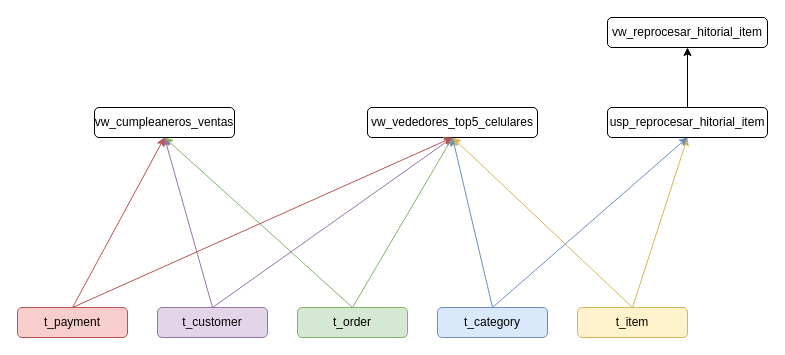
Before: MLibreCase.drawio in MelanieP20/PASSOS_MLC, a draw.io diagram. Source tidied: cells renumbered, new cells numbered last; positions are measured from the earlier drawing's top-left corner, leaving out a move shared by most shapes. Both pictures are drawn from the tidied source at 100%, with x=0, y=0 at pixel (17, 17).
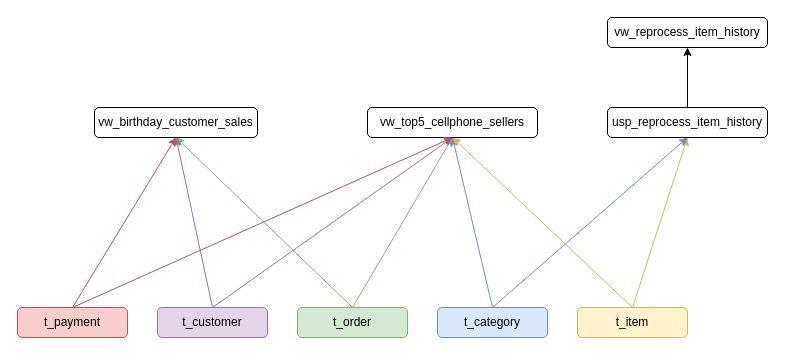
The same page after the edit.

Diff of the diagram source:
```diff
@@
-    <mxCell id="6" value="vw_cumpleaneros_ventas" style="rounded=1;whiteSpace=wrap;html=1;" parent="1" vertex="1">
-      <mxGeometry x="77" y="90" width="140" height="30" as="geometry" />
+    <mxCell id="6" value="vw_birthday_customer_sales" style="rounded=1;whiteSpace=wrap;html=1;" parent="1" vertex="1">
+      <mxGeometry x="77" y="90" width="163" height="30" as="geometry" />
     </mxCell>
-    <mxCell id="7" value="vw_vededores_top5_celulares" style="rounded=1;whiteSpace=wrap;html=1;" parent="1" vertex="1">
+    <mxCell id="7" value="vw_top5_cellphone_sellers" style="rounded=1;whiteSpace=wrap;html=1;" parent="1" vertex="1">
       <mxGeometry x="350" y="90" width="170" height="30" as="geometry" />
     </mxCell>
@@
-    <mxCell id="14" value="vw_reprocesar_hitorial_item" style="rounded=1;whiteSpace=wrap;html=1;" parent="1" vertex="1">
+    <mxCell id="14" value="vw_reprocess_item_history" style="rounded=1;whiteSpace=wrap;html=1;" parent="1" vertex="1">
       <mxGeometry x="590" width="160" height="30" as="geometry" />
     </mxCell>
@@
-    <mxCell id="17" value="usp_reprocesar_hitorial_item" style="rounded=1;whiteSpace=wrap;html=1;" parent="1" vertex="1">
+    <mxCell id="17" value="usp_reprocess_item_history" style="rounded=1;whiteSpace=wrap;html=1;" parent="1" vertex="1">
       <mxGeometry x="590" y="90" width="160" height="30" as="geometry" />
     </mxCell>
```
